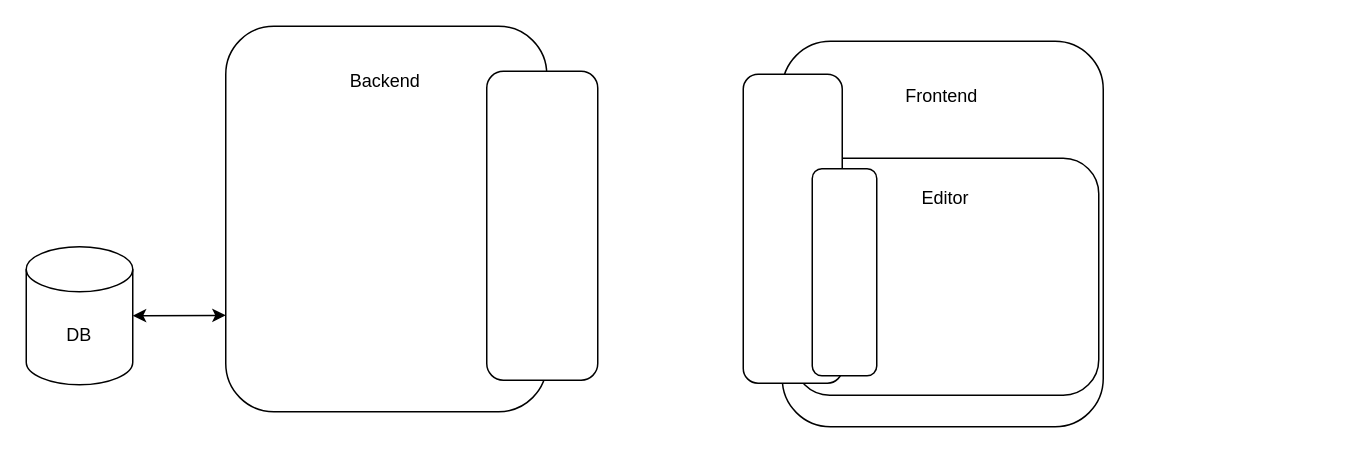
Before: docs/docs/images/architecture.drawio in vulnerability-lookup/vulniverse, a draw.io diagram. Source tidied: cells renumbered, new cells numbered last; positions are measured from the earlier drawing's top-left corner, leaving out a move shared by most shapes. Both pictures are drawn from the tidied source at 150%, with x=0, y=0 at pixel (26, 26).
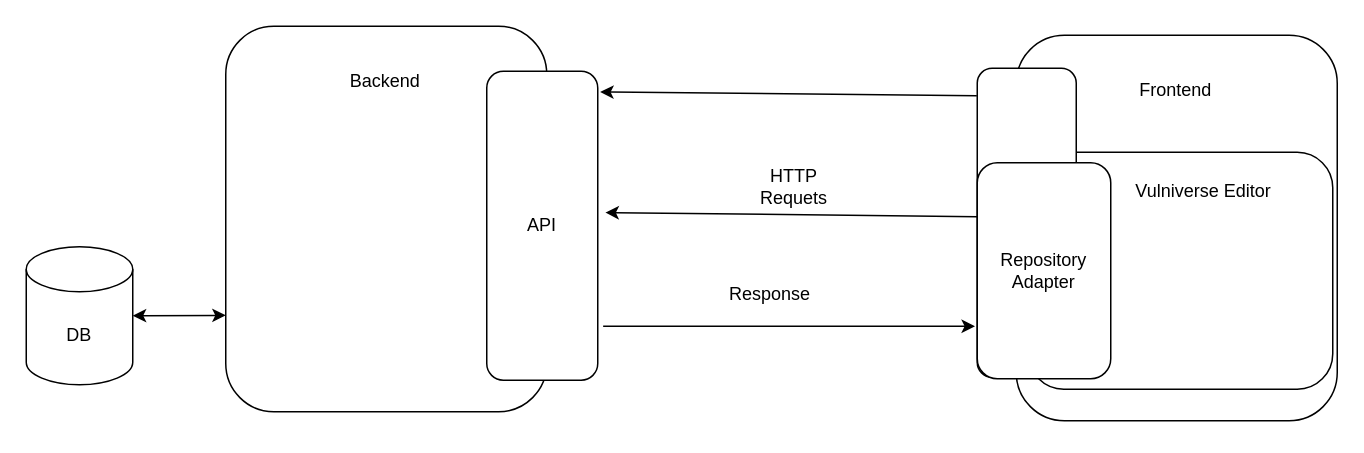
Above is the later version.

Change to the diagram source:
```diff
@@
     <mxCell id="7" style="group;" parent="1" vertex="1">
-      <mxGeometry x="504" y="10" width="214" height="257" as="geometry" />
+      <mxGeometry x="660" y="6" width="214" height="257" as="geometry" />
     </mxCell>
@@
-    <mxCell id="11" value="Editor" style="text;html=1;whiteSpace=wrap;strokeColor=none;fillColor=none;align=center;verticalAlign=middle;rounded=0;" parent="7" vertex="1">
-      <mxGeometry x="37" y="90" width="144" height="30" as="geometry" />
+    <mxCell id="11" value="Vulniverse Editor" style="text;html=1;whiteSpace=wrap;strokeColor=none;fillColor=none;align=center;verticalAlign=middle;rounded=0;" parent="7" vertex="1">
+      <mxGeometry x="53" y="89" width="144" height="30" as="geometry" />
     </mxCell>
@@
-    <mxCell id="13" style="rounded=1;whiteSpace=wrap;html=1;" parent="7" vertex="1">
-      <mxGeometry x="20" y="85" width="43" height="138" as="geometry" />
+    <mxCell id="13" value="Repository&lt;div&gt;Adapter&lt;/div&gt;" style="rounded=1;whiteSpace=wrap;html=1;" parent="7" vertex="1">
+      <mxGeometry x="-26" y="85" width="89" height="144" as="geometry" />
     </mxCell>
-    <mxCell id="14" style="rounded=1;whiteSpace=wrap;html=1;" parent="1" vertex="1">
+    <mxCell id="14" value="API" style="rounded=1;whiteSpace=wrap;html=1;" parent="1" vertex="1">
       <mxGeometry x="307" y="30" width="74" height="206" as="geometry" />
     </mxCell>
+    <mxCell id="15" style="endArrow=classic;html=1;rounded=0;exitX=0;exitY=0.25;exitDx=0;exitDy=0;" parent="1" edge="1" source="13">
+      <mxGeometry relative="1" as="geometry">
+        <mxPoint x="386.1" y="124.2" as="targetPoint" />
+      </mxGeometry>
+    </mxCell>
+    <mxCell id="16" value="HTTP Requets" style="text;html=1;whiteSpace=wrap;strokeColor=none;fillColor=none;align=center;verticalAlign=middle;rounded=0;" parent="1" vertex="1">
+      <mxGeometry x="482" y="92" width="60" height="30" as="geometry" />
+    </mxCell>
+    <mxCell id="17" style="endArrow=classic;html=1;rounded=0;" parent="1" edge="1">
+      <mxGeometry relative="1" as="geometry">
+        <mxPoint x="384.6" y="200" as="sourcePoint" />
+        <mxPoint x="632.5" y="200" as="targetPoint" />
+      </mxGeometry>
+    </mxCell>
+    <mxCell id="18" style="endArrow=classic;html=1;rounded=0;" parent="1" edge="1">
+      <mxGeometry relative="1" as="geometry">
+        <mxPoint x="633.7" y="46.3" as="sourcePoint" />
+        <mxPoint x="382.6" y="43.8" as="targetPoint" />
+      </mxGeometry>
+    </mxCell>
+    <mxCell id="19" value="Response" style="text;html=1;whiteSpace=wrap;strokeColor=none;fillColor=none;align=center;verticalAlign=middle;rounded=0;" parent="1" vertex="1">
+      <mxGeometry x="466" y="164" width="60" height="30" as="geometry" />
+    </mxCell>
```
